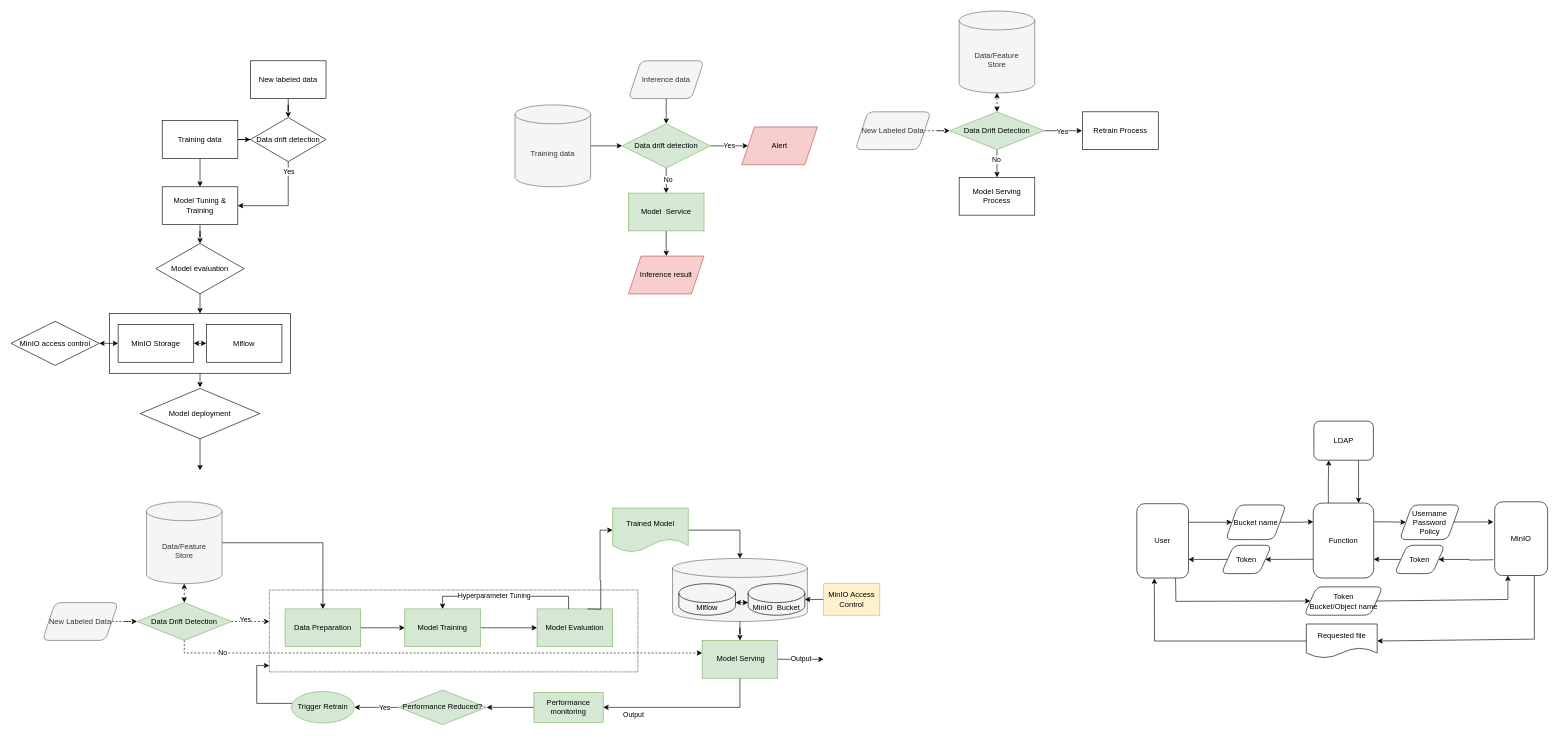
Before: Untitled Diagram.drawio in ZhongNingmou/draw.io, a draw.io diagram. Source tidied: cells renumbered, new cells numbered last; positions are measured from the earlier drawing's top-left corner, leaving out a move shared by most shapes. Both pictures are drawn from the tidied source at 63%, with x=0, y=0 at pixel (11, 11).
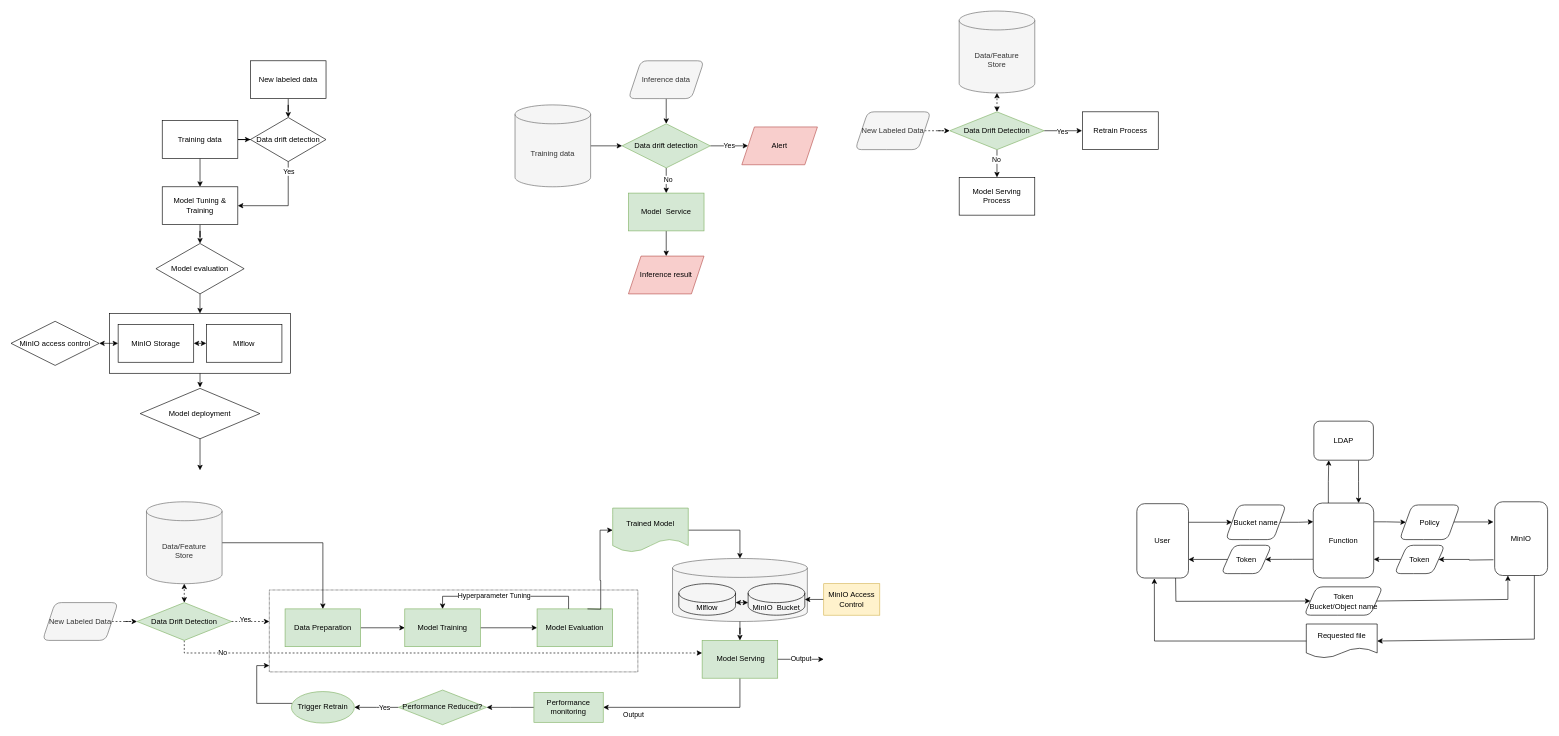
After the change.

Commit message:
modify minio&ldap connect

Change to the diagram source:
```diff
@@
-    <mxCell id="100" value="Username&lt;br&gt;Password&lt;br&gt;Policy" style="shape=parallelogram;perimeter=parallelogramPerimeter;whiteSpace=wrap;html=1;fixedSize=1;rounded=1;" parent="1" vertex="1">
+    <mxCell id="100" value="Policy" style="shape=parallelogram;perimeter=parallelogramPerimeter;whiteSpace=wrap;html=1;fixedSize=1;rounded=1;" parent="1" vertex="1">
       <mxGeometry x="2204" y="784" width="96" height="55" as="geometry" />
     </mxCell>
```
